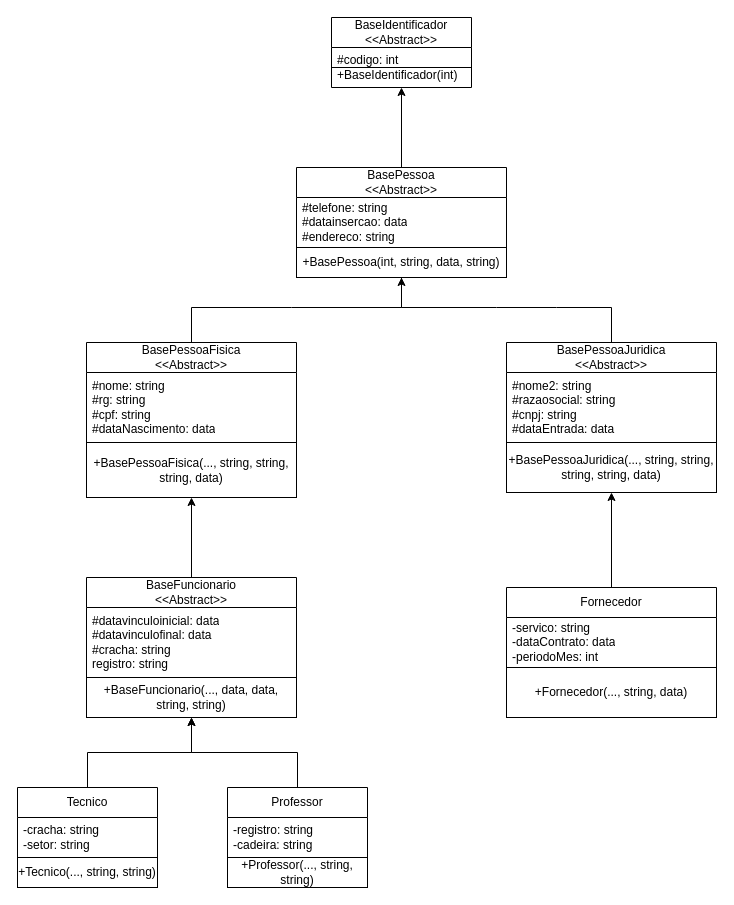
Before: AtividadeEstagiario.drawio in Keese22/projetoestagiario, a draw.io diagram. Source tidied: cells renumbered, new cells numbered last; positions are measured from the earlier drawing's top-left corner, leaving out a move shared by most shapes. Both pictures are drawn from the tidied source at 100%, with x=0, y=0 at pixel (17, 17).
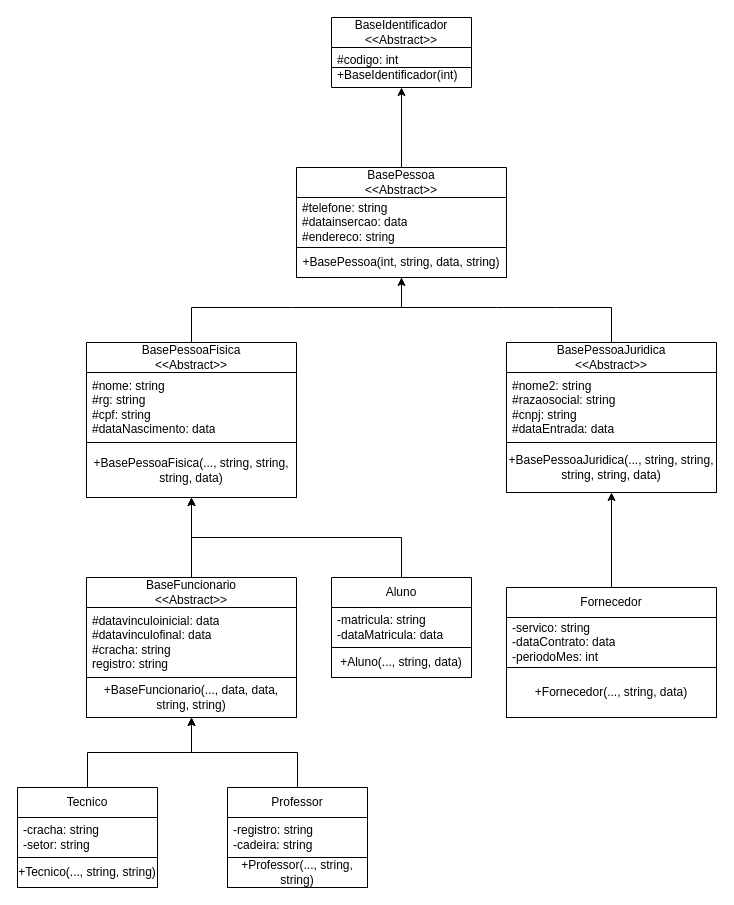
Above is the later version.

The change refers to these unchanged cells:
```xml
<mxCell id="11" value="+BasePessoaFisica(..., string, string, string, data)" style="rounded=0;whiteSpace=wrap;html=1;" parent="1" vertex="1">
  <mxGeometry x="69" y="425" width="210" height="55" as="geometry" />
</mxCell>
```

The edit, as a diff of the source:
```diff
@@
+    <mxCell id="33" style="edgeStyle=orthogonalEdgeStyle;rounded=0;jettySize=auto;html=1;exitX=0.5;exitY=0;exitDx=0;exitDy=0;entryX=0.5;entryY=1;entryDx=0;entryDy=0;" parent="1" edge="1" source="34" target="11">
+      <mxGeometry relative="1" as="geometry" />
+    </mxCell>
+    <mxCell id="34" value="Aluno" style="swimlane;fontStyle=0;horizontal=1;startSize=30;whiteSpace=wrap;html=1;" parent="1" vertex="1">
+      <mxGeometry x="314" y="560" width="140" height="70" as="geometry" />
+    </mxCell>
+    <mxCell id="35" value="-matricula: string&lt;br&gt;-dataMatricula: data" style="text;strokeColor=none;fillColor=none;align=left;verticalAlign=middle;spacingLeft=4;spacingRight=4;overflow=hidden;whiteSpace=wrap;html=1;" parent="34" vertex="1">
+      <mxGeometry y="30" width="140" height="40" as="geometry" />
+    </mxCell>
+    <mxCell id="36" value="+Aluno(..., string, data)" style="rounded=0;whiteSpace=wrap;html=1;" parent="1" vertex="1">
+      <mxGeometry x="314" y="630" width="140" height="30" as="geometry" />
+    </mxCell>
```
